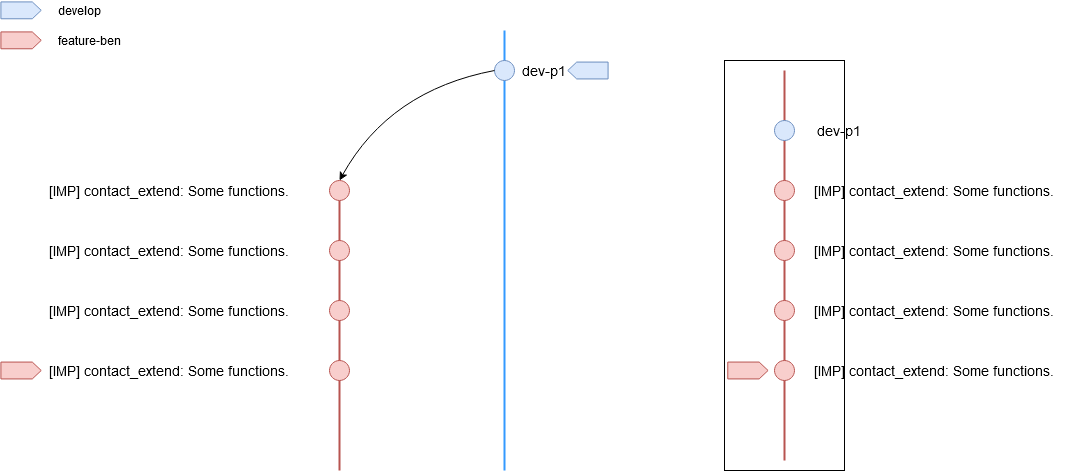
This is gitBranchModel/createPersonalBranch.png from alreadytakenn/images, a draw.io export, as it was before one commit. Source tidied: cells renumbered, new cells last; positions are measured from the earlier drawing's top-left corner, leaving out a move shared by most shapes.
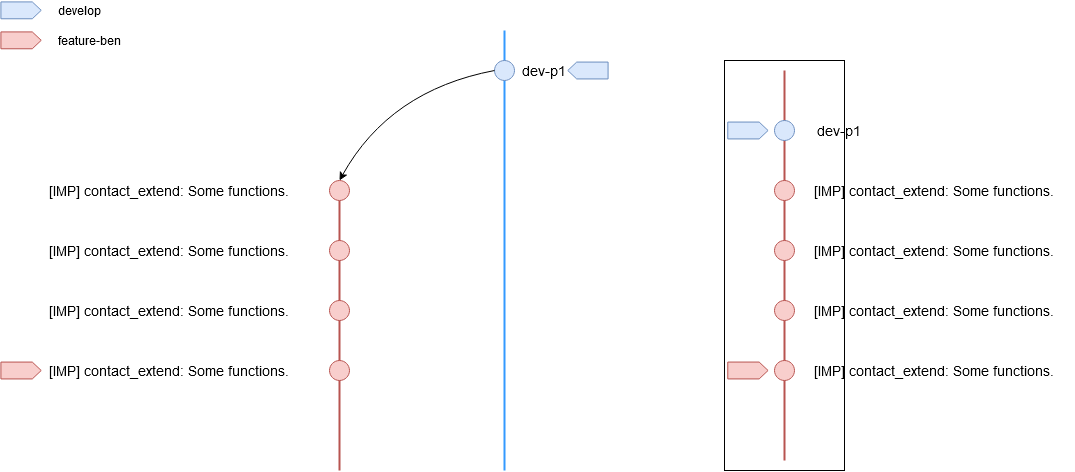
Later version of the same file.

The edit, as a diff of the source:
```diff
@@ -102,5 +102,8 @@
     <mxCell id="33" style="shape=offPageConnector;whiteSpace=wrap;html=1;fillColor=#f8cecc;rotation=-90;size=0.22148571428571553;strokeColor=#b85450;" parent="1" vertex="1">
       <mxGeometry x="727" y="359.8" width="16.9" height="40.3" as="geometry" />
     </mxCell>
+    <mxCell id="34" style="shape=offPageConnector;whiteSpace=wrap;html=1;fillColor=#dae8fc;rotation=-90;size=0.22148571428571553;strokeColor=#6c8ebf;" parent="1" vertex="1">
+      <mxGeometry x="727" y="119.8" width="16.9" height="40.3" as="geometry" />
+    </mxCell>
   </root>
 </mxGraphModel>
```
